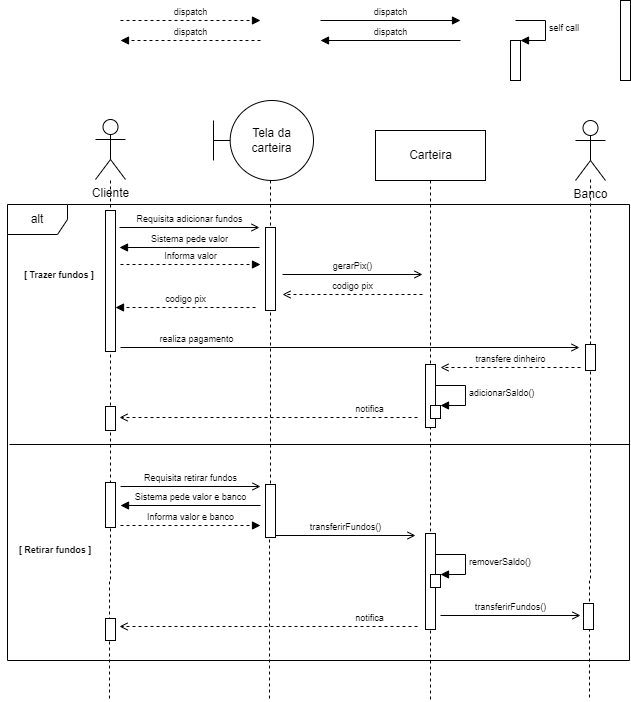
Above: MarketDiagramasDeSequencia/MarketSequencia06.drawio.png in EijiDogen/FEI_MDSMarket (draw.io), before the change. Source tidied: cells renumbered, new cells last; positions are measured from the earlier drawing's top-left corner, leaving out a move shared by most shapes. The source it was exported from:
```xml
<mxGraphModel>
  <root>
    <mxCell id="0" />
    <mxCell id="1" value="Frames" parent="0" />
    <mxCell id="2" value="alt" style="shape=umlFrame;whiteSpace=wrap;html=1;" parent="1" vertex="1">
      <mxGeometry x="7" y="204" width="622" height="456" as="geometry" />
    </mxCell>
    <mxCell id="3" value="[ Trazer fundos&amp;nbsp;]" style="text;html=1;strokeColor=none;fillColor=none;align=center;verticalAlign=middle;whiteSpace=wrap;rounded=0;fontSize=9;fontStyle=1;" parent="1" vertex="1">
      <mxGeometry y="260" width="118" height="30" as="geometry" />
    </mxCell>
    <mxCell id="4" style="line;strokeWidth=1;fillColor=none;align=left;verticalAlign=middle;spacingTop=-1;spacingLeft=3;spacingRight=3;labelPosition=right;" parent="1" vertex="1">
      <mxGeometry x="9" y="440" width="620" height="8" as="geometry" />
    </mxCell>
    <mxCell id="5" value="Lifeline" parent="0" />
    <mxCell id="6" style="edgeStyle=orthogonalEdgeStyle;rounded=0;orthogonalLoop=1;jettySize=auto;html=1;dashed=1;endArrow=none;endFill=0;" parent="5" edge="1">
      <mxGeometry relative="1" as="geometry">
        <mxPoint x="110" y="180" as="sourcePoint" />
        <mxPoint x="109" y="700" as="targetPoint" />
        <Array as="points">
          <mxPoint x="110" y="580" />
        </Array>
      </mxGeometry>
    </mxCell>
    <mxCell id="7" value="Banco" style="shape=umlActor;verticalLabelPosition=bottom;verticalAlign=top;html=1;" parent="5" vertex="1">
      <mxGeometry x="575" y="120" width="30" height="60" as="geometry" />
    </mxCell>
    <mxCell id="8" style="edgeStyle=orthogonalEdgeStyle;rounded=0;orthogonalLoop=1;jettySize=auto;html=1;dashed=1;endArrow=none;endFill=0;anchorPointDirection=1;" parent="5" edge="1">
      <mxGeometry relative="1" as="geometry">
        <mxPoint x="430" y="180" as="sourcePoint" />
        <mxPoint x="430" y="700" as="targetPoint" />
        <Array as="points">
          <mxPoint x="430" y="580" />
        </Array>
      </mxGeometry>
    </mxCell>
    <mxCell id="9" style="edgeStyle=orthogonalEdgeStyle;rounded=0;orthogonalLoop=1;jettySize=auto;html=1;dashed=1;endArrow=none;endFill=0;" parent="5" edge="1">
      <mxGeometry relative="1" as="geometry">
        <mxPoint x="590" y="179" as="sourcePoint" />
        <mxPoint x="589" y="700" as="targetPoint" />
        <Array as="points">
          <mxPoint x="590" y="580" />
        </Array>
      </mxGeometry>
    </mxCell>
    <mxCell id="10" value="Carteira" style="html=1;" parent="5" vertex="1">
      <mxGeometry x="375" y="130" width="110" height="50" as="geometry" />
    </mxCell>
    <mxCell id="11" value="Cliente" style="shape=umlActor;verticalLabelPosition=bottom;verticalAlign=top;html=1;" parent="5" vertex="1">
      <mxGeometry x="95" y="119" width="30" height="60" as="geometry" />
    </mxCell>
    <mxCell id="12" style="edgeStyle=orthogonalEdgeStyle;rounded=0;orthogonalLoop=1;jettySize=auto;html=1;endArrow=none;endFill=0;dashed=1;" parent="5" edge="1">
      <mxGeometry relative="1" as="geometry">
        <mxPoint x="270" y="180" as="sourcePoint" />
        <mxPoint x="269" y="700" as="targetPoint" />
        <Array as="points">
          <mxPoint x="270" y="510" />
          <mxPoint x="269" y="510" />
          <mxPoint x="269" y="587" />
        </Array>
      </mxGeometry>
    </mxCell>
    <mxCell id="13" value="Active" parent="0" />
    <mxCell id="14" style="html=1;perimeter=orthogonalPerimeter;fontSize=9;" parent="13" vertex="1">
      <mxGeometry x="620" width="10" height="80" as="geometry" />
    </mxCell>
    <mxCell id="15" style="html=1;perimeter=orthogonalPerimeter;fontSize=9;" parent="13" vertex="1">
      <mxGeometry x="105" y="210" width="10" height="141" as="geometry" />
    </mxCell>
    <mxCell id="16" style="html=1;perimeter=orthogonalPerimeter;fontSize=9;" parent="13" vertex="1">
      <mxGeometry x="265" y="227" width="10" height="83" as="geometry" />
    </mxCell>
    <mxCell id="17" style="html=1;perimeter=orthogonalPerimeter;fontSize=9;" parent="13" vertex="1">
      <mxGeometry x="585" y="344" width="10" height="26" as="geometry" />
    </mxCell>
    <mxCell id="18" style="html=1;perimeter=orthogonalPerimeter;fontSize=9;" parent="13" vertex="1">
      <mxGeometry x="425" y="364" width="10" height="63" as="geometry" />
    </mxCell>
    <mxCell id="19" style="html=1;points=[];perimeter=orthogonalPerimeter;" parent="13" vertex="1">
      <mxGeometry x="430" y="405" width="10" height="13" as="geometry" />
    </mxCell>
    <mxCell id="20" value="adicionarSaldo()" style="edgeStyle=orthogonalEdgeStyle;html=1;align=left;spacingLeft=2;endArrow=block;rounded=0;entryX=1;entryY=0;fontSize=9;" parent="13" edge="1" target="19">
      <mxGeometry relative="1" as="geometry">
        <mxPoint x="435" y="385" as="sourcePoint" />
        <Array as="points">
          <mxPoint x="465" y="385" />
        </Array>
      </mxGeometry>
    </mxCell>
    <mxCell id="21" value="[ Retirar fundos ]" style="text;html=1;strokeColor=none;fillColor=none;align=center;verticalAlign=middle;whiteSpace=wrap;rounded=0;fontSize=9;fontStyle=1;" parent="13" vertex="1">
      <mxGeometry x="2" y="535" width="106" height="30" as="geometry" />
    </mxCell>
    <mxCell id="22" value="Tela da&lt;br&gt;carteira" style="shape=umlBoundary;whiteSpace=wrap;html=1;" parent="13" vertex="1">
      <mxGeometry x="213" y="100" width="100" height="80" as="geometry" />
    </mxCell>
    <mxCell id="23" value="gerarPix()" style="html=1;verticalAlign=bottom;endArrow=open;rounded=0;fontSize=9;endFill=0;" parent="13" edge="1">
      <mxGeometry relative="1" as="geometry">
        <mxPoint x="282" y="274" as="sourcePoint" />
        <mxPoint x="422" y="274" as="targetPoint" />
      </mxGeometry>
    </mxCell>
    <mxCell id="24" value="codigo pix" style="html=1;verticalAlign=bottom;endArrow=block;rounded=0;dashed=1;fontSize=9;" parent="13" edge="1">
      <mxGeometry relative="1" as="geometry">
        <mxPoint x="255" y="307" as="sourcePoint" />
        <mxPoint x="115" y="307" as="targetPoint" />
      </mxGeometry>
    </mxCell>
    <mxCell id="25" value="Sistema pede valor" style="html=1;verticalAlign=bottom;endArrow=block;rounded=0;fontSize=9;" parent="13" edge="1">
      <mxGeometry relative="1" as="geometry">
        <mxPoint x="259" y="247" as="sourcePoint" />
        <mxPoint x="119" y="247" as="targetPoint" />
      </mxGeometry>
    </mxCell>
    <mxCell id="26" value="Informa valor" style="html=1;verticalAlign=bottom;endArrow=block;rounded=0;dashed=1;fontSize=9;" parent="13" edge="1">
      <mxGeometry relative="1" as="geometry">
        <mxPoint x="120" y="264" as="sourcePoint" />
        <mxPoint x="260" y="264" as="targetPoint" />
      </mxGeometry>
    </mxCell>
    <mxCell id="27" value="transfere dinheiro" style="html=1;verticalAlign=bottom;endArrow=open;rounded=0;fontSize=9;dashed=1;endFill=0;" parent="13" edge="1">
      <mxGeometry relative="1" as="geometry">
        <mxPoint x="580" y="367" as="sourcePoint" />
        <mxPoint x="440" y="367" as="targetPoint" />
      </mxGeometry>
    </mxCell>
    <mxCell id="28" value="notifica" style="html=1;verticalAlign=bottom;endArrow=open;rounded=0;fontSize=9;dashed=1;endFill=0;" parent="13" edge="1">
      <mxGeometry x="-0.68" relative="1" as="geometry">
        <mxPoint x="417" y="417" as="sourcePoint" />
        <mxPoint x="119" y="417" as="targetPoint" />
      </mxGeometry>
    </mxCell>
    <mxCell id="29" style="html=1;perimeter=orthogonalPerimeter;fontSize=9;" parent="13" vertex="1">
      <mxGeometry x="105" y="406" width="10" height="24" as="geometry" />
    </mxCell>
    <mxCell id="30" value="Requisita retirar fundos" style="html=1;verticalAlign=bottom;endArrow=open;rounded=0;fontSize=9;endFill=0;" parent="13" edge="1">
      <mxGeometry relative="1" as="geometry">
        <mxPoint x="120" y="486" as="sourcePoint" />
        <mxPoint x="260" y="486" as="targetPoint" />
      </mxGeometry>
    </mxCell>
    <mxCell id="31" value="Sistema pede valor e banco" style="html=1;verticalAlign=bottom;endArrow=block;rounded=0;fontSize=9;" parent="13" edge="1">
      <mxGeometry relative="1" as="geometry">
        <mxPoint x="260" y="505" as="sourcePoint" />
        <mxPoint x="120" y="505" as="targetPoint" />
      </mxGeometry>
    </mxCell>
    <mxCell id="32" value="Informa valor e banco" style="html=1;verticalAlign=bottom;endArrow=block;rounded=0;dashed=1;fontSize=9;" parent="13" edge="1">
      <mxGeometry relative="1" as="geometry">
        <mxPoint x="120" y="525" as="sourcePoint" />
        <mxPoint x="260" y="525" as="targetPoint" />
      </mxGeometry>
    </mxCell>
    <mxCell id="33" value="transferirFundos()" style="html=1;verticalAlign=bottom;endArrow=open;rounded=0;fontSize=9;endFill=0;" parent="13" edge="1">
      <mxGeometry relative="1" as="geometry">
        <mxPoint x="275" y="535" as="sourcePoint" />
        <mxPoint x="415" y="535" as="targetPoint" />
      </mxGeometry>
    </mxCell>
    <mxCell id="34" value="transferirFundos()" style="html=1;verticalAlign=bottom;endArrow=open;rounded=0;fontSize=9;endFill=0;" parent="13" edge="1">
      <mxGeometry relative="1" as="geometry">
        <mxPoint x="440" y="615" as="sourcePoint" />
        <mxPoint x="580" y="615" as="targetPoint" />
      </mxGeometry>
    </mxCell>
    <mxCell id="35" style="html=1;perimeter=orthogonalPerimeter;fontSize=9;" parent="13" vertex="1">
      <mxGeometry x="425" y="533" width="10" height="96" as="geometry" />
    </mxCell>
    <mxCell id="36" style="html=1;points=[];perimeter=orthogonalPerimeter;" parent="13" vertex="1">
      <mxGeometry x="430" y="574" width="10" height="13" as="geometry" />
    </mxCell>
    <mxCell id="37" value="removerSaldo()" style="edgeStyle=orthogonalEdgeStyle;html=1;align=left;spacingLeft=2;endArrow=block;rounded=0;entryX=1;entryY=0;fontSize=9;" parent="13" edge="1" target="36">
      <mxGeometry relative="1" as="geometry">
        <mxPoint x="435" y="554" as="sourcePoint" />
        <Array as="points">
          <mxPoint x="465" y="554" />
        </Array>
      </mxGeometry>
    </mxCell>
    <mxCell id="38" style="html=1;perimeter=orthogonalPerimeter;fontSize=9;" parent="13" vertex="1">
      <mxGeometry x="583" y="603" width="10" height="26" as="geometry" />
    </mxCell>
    <mxCell id="39" style="html=1;perimeter=orthogonalPerimeter;fontSize=9;" parent="13" vertex="1">
      <mxGeometry x="265" y="484" width="10" height="53" as="geometry" />
    </mxCell>
    <mxCell id="40" style="html=1;perimeter=orthogonalPerimeter;fontSize=9;" parent="13" vertex="1">
      <mxGeometry x="105" y="482" width="10" height="45" as="geometry" />
    </mxCell>
    <mxCell id="41" value="Messages" parent="0" />
    <mxCell id="42" value="Requisita adicionar fundos" style="html=1;verticalAlign=bottom;endArrow=open;rounded=0;fontSize=9;endFill=0;" parent="41" edge="1">
      <mxGeometry relative="1" as="geometry">
        <mxPoint x="119" y="227" as="sourcePoint" />
        <mxPoint x="259" y="227" as="targetPoint" />
      </mxGeometry>
    </mxCell>
    <mxCell id="43" value="dispatch" style="html=1;verticalAlign=bottom;endArrow=block;rounded=0;fontSize=9;" parent="41" edge="1">
      <mxGeometry relative="1" as="geometry">
        <mxPoint x="320" y="20" as="sourcePoint" />
        <mxPoint x="460" y="20" as="targetPoint" />
      </mxGeometry>
    </mxCell>
    <mxCell id="44" value="dispatch" style="html=1;verticalAlign=bottom;endArrow=block;rounded=0;dashed=1;fontSize=9;" parent="41" edge="1">
      <mxGeometry relative="1" as="geometry">
        <mxPoint x="120" y="20" as="sourcePoint" />
        <mxPoint x="260" y="20" as="targetPoint" />
      </mxGeometry>
    </mxCell>
    <mxCell id="45" value="dispatch" style="html=1;verticalAlign=bottom;endArrow=block;rounded=0;fontSize=9;" parent="41" edge="1">
      <mxGeometry relative="1" as="geometry">
        <mxPoint x="460" y="40" as="sourcePoint" />
        <mxPoint x="320" y="40" as="targetPoint" />
      </mxGeometry>
    </mxCell>
    <mxCell id="46" value="dispatch" style="html=1;verticalAlign=bottom;endArrow=block;rounded=0;dashed=1;fontSize=9;" parent="41" edge="1">
      <mxGeometry relative="1" as="geometry">
        <mxPoint x="260" y="40" as="sourcePoint" />
        <mxPoint x="120" y="40" as="targetPoint" />
      </mxGeometry>
    </mxCell>
    <mxCell id="47" style="html=1;points=[];perimeter=orthogonalPerimeter;fontSize=9;" parent="41" vertex="1">
      <mxGeometry x="510" y="40" width="10" height="40" as="geometry" />
    </mxCell>
    <mxCell id="48" value="self call" style="edgeStyle=orthogonalEdgeStyle;html=1;align=left;spacingLeft=2;endArrow=block;rounded=0;entryX=1;entryY=0;fontSize=9;" parent="41" edge="1" target="47">
      <mxGeometry relative="1" as="geometry">
        <mxPoint x="515" y="20" as="sourcePoint" />
        <Array as="points">
          <mxPoint x="545" y="20" />
        </Array>
      </mxGeometry>
    </mxCell>
    <mxCell id="49" value="codigo pix" style="html=1;verticalAlign=bottom;endArrow=open;rounded=0;fontSize=9;dashed=1;endFill=0;" parent="41" edge="1">
      <mxGeometry relative="1" as="geometry">
        <mxPoint x="422" y="294" as="sourcePoint" />
        <mxPoint x="282" y="294" as="targetPoint" />
      </mxGeometry>
    </mxCell>
    <mxCell id="50" value="realiza pagamento" style="html=1;verticalAlign=bottom;endArrow=open;rounded=0;fontSize=9;endFill=0;" parent="41" edge="1">
      <mxGeometry x="-0.67" relative="1" as="geometry">
        <mxPoint x="120" y="347" as="sourcePoint" />
        <mxPoint x="579" y="347" as="targetPoint" />
      </mxGeometry>
    </mxCell>
    <mxCell id="51" value="notifica" style="html=1;verticalAlign=bottom;endArrow=open;rounded=0;fontSize=9;dashed=1;endFill=0;" parent="41" edge="1">
      <mxGeometry x="-0.68" relative="1" as="geometry">
        <mxPoint x="417" y="626" as="sourcePoint" />
        <mxPoint x="119" y="626" as="targetPoint" />
      </mxGeometry>
    </mxCell>
    <mxCell id="52" style="html=1;perimeter=orthogonalPerimeter;fontSize=9;" parent="41" vertex="1">
      <mxGeometry x="105" y="618" width="10" height="22" as="geometry" />
    </mxCell>
  </root>
</mxGraphModel>
```
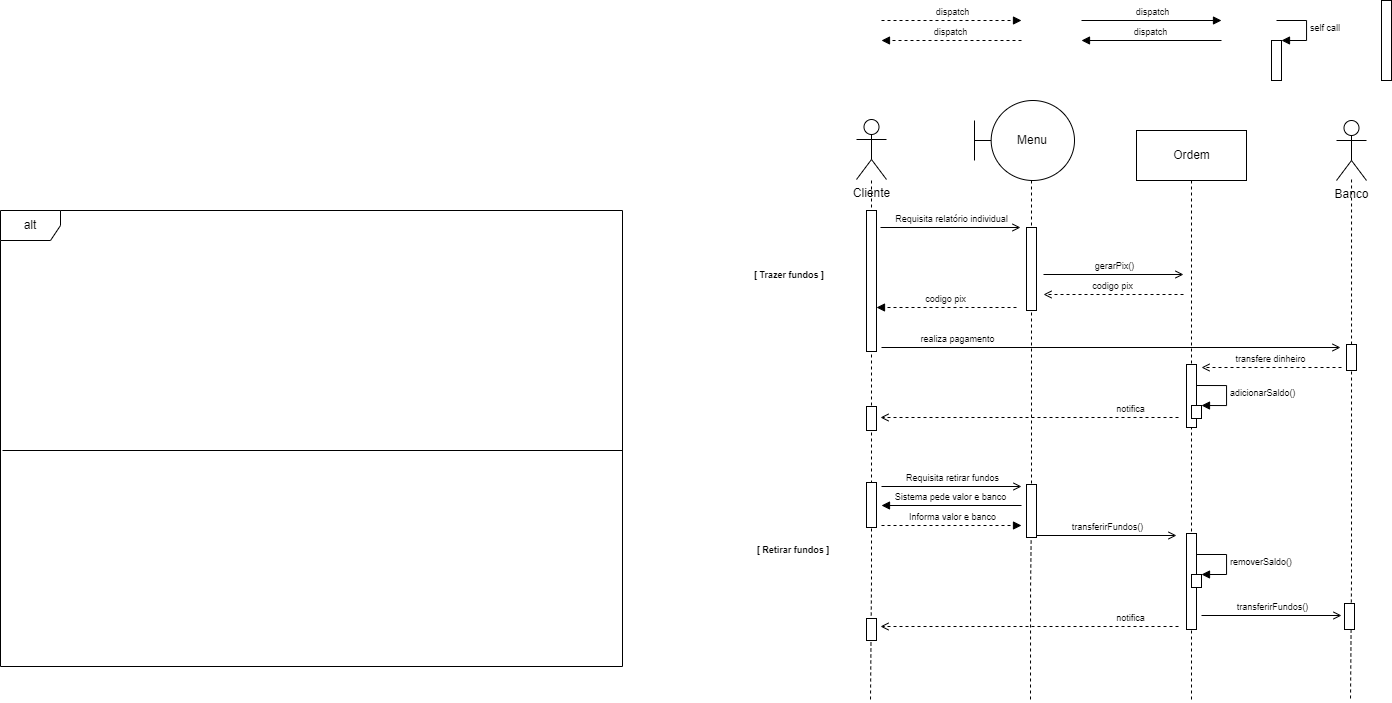
After the change.

Diff of the diagram source:
```diff
@@ -3,13 +3,13 @@
     <mxCell id="0" />
     <mxCell id="1" value="Frames" parent="0" />
     <mxCell id="2" value="alt" style="shape=umlFrame;whiteSpace=wrap;html=1;" parent="1" vertex="1">
-      <mxGeometry x="7" y="204" width="622" height="456" as="geometry" />
+      <mxGeometry x="-761" y="210" width="622" height="456" as="geometry" />
     </mxCell>
     <mxCell id="3" value="[ Trazer fundos&amp;nbsp;]" style="text;html=1;strokeColor=none;fillColor=none;align=center;verticalAlign=middle;whiteSpace=wrap;rounded=0;fontSize=9;fontStyle=1;" parent="1" vertex="1">
-      <mxGeometry y="260" width="118" height="30" as="geometry" />
+      <mxGeometry x="-31" y="260" width="118" height="30" as="geometry" />
     </mxCell>
     <mxCell id="4" style="line;strokeWidth=1;fillColor=none;align=left;verticalAlign=middle;spacingTop=-1;spacingLeft=3;spacingRight=3;labelPosition=right;" parent="1" vertex="1">
-      <mxGeometry x="9" y="440" width="620" height="8" as="geometry" />
+      <mxGeometry x="-759" y="446" width="620" height="8" as="geometry" />
     </mxCell>
     <mxCell id="5" value="Lifeline" parent="0" />
     <mxCell id="6" style="edgeStyle=orthogonalEdgeStyle;rounded=0;orthogonalLoop=1;jettySize=auto;html=1;dashed=1;endArrow=none;endFill=0;" parent="5" edge="1">
@@ -42,7 +42,7 @@
         </Array>
       </mxGeometry>
     </mxCell>
-    <mxCell id="10" value="Carteira" style="html=1;" parent="5" vertex="1">
+    <mxCell id="10" value="Ordem" style="html=1;" parent="5" vertex="1">
       <mxGeometry x="375" y="130" width="110" height="50" as="geometry" />
     </mxCell>
     <mxCell id="11" value="Cliente" style="shape=umlActor;verticalLabelPosition=bottom;verticalAlign=top;html=1;" parent="5" vertex="1">
@@ -87,9 +87,9 @@
       </mxGeometry>
     </mxCell>
     <mxCell id="21" value="[ Retirar fundos ]" style="text;html=1;strokeColor=none;fillColor=none;align=center;verticalAlign=middle;whiteSpace=wrap;rounded=0;fontSize=9;fontStyle=1;" parent="13" vertex="1">
-      <mxGeometry x="2" y="535" width="106" height="30" as="geometry" />
+      <mxGeometry x="-21" y="535" width="106" height="30" as="geometry" />
     </mxCell>
-    <mxCell id="22" value="Tela da&lt;br&gt;carteira" style="shape=umlBoundary;whiteSpace=wrap;html=1;" parent="13" vertex="1">
+    <mxCell id="22" value="Menu" style="shape=umlBoundary;whiteSpace=wrap;html=1;" parent="13" vertex="1">
       <mxGeometry x="213" y="100" width="100" height="80" as="geometry" />
     </mxCell>
     <mxCell id="23" value="gerarPix()" style="html=1;verticalAlign=bottom;endArrow=open;rounded=0;fontSize=9;endFill=0;" parent="13" edge="1">
@@ -104,18 +104,6 @@
         <mxPoint x="115" y="307" as="targetPoint" />
       </mxGeometry>
     </mxCell>
-    <mxCell id="25" value="Sistema pede valor" style="html=1;verticalAlign=bottom;endArrow=block;rounded=0;fontSize=9;" parent="13" edge="1">
-      <mxGeometry relative="1" as="geometry">
-        <mxPoint x="259" y="247" as="sourcePoint" />
-        <mxPoint x="119" y="247" as="targetPoint" />
-      </mxGeometry>
-    </mxCell>
-    <mxCell id="26" value="Informa valor" style="html=1;verticalAlign=bottom;endArrow=block;rounded=0;dashed=1;fontSize=9;" parent="13" edge="1">
-      <mxGeometry relative="1" as="geometry">
-        <mxPoint x="120" y="264" as="sourcePoint" />
-        <mxPoint x="260" y="264" as="targetPoint" />
-      </mxGeometry>
-    </mxCell>
     <mxCell id="27" value="transfere dinheiro" style="html=1;verticalAlign=bottom;endArrow=open;rounded=0;fontSize=9;dashed=1;endFill=0;" parent="13" edge="1">
       <mxGeometry relative="1" as="geometry">
         <mxPoint x="580" y="367" as="sourcePoint" />
@@ -185,7 +173,7 @@
       <mxGeometry x="105" y="482" width="10" height="45" as="geometry" />
     </mxCell>
     <mxCell id="41" value="Messages" parent="0" />
-    <mxCell id="42" value="Requisita adicionar fundos" style="html=1;verticalAlign=bottom;endArrow=open;rounded=0;fontSize=9;endFill=0;" parent="41" edge="1">
+    <mxCell id="42" value="Requisita relatório individual" style="html=1;verticalAlign=bottom;endArrow=open;rounded=0;fontSize=9;endFill=0;" parent="41" edge="1">
       <mxGeometry relative="1" as="geometry">
         <mxPoint x="119" y="227" as="sourcePoint" />
         <mxPoint x="259" y="227" as="targetPoint" />
```
